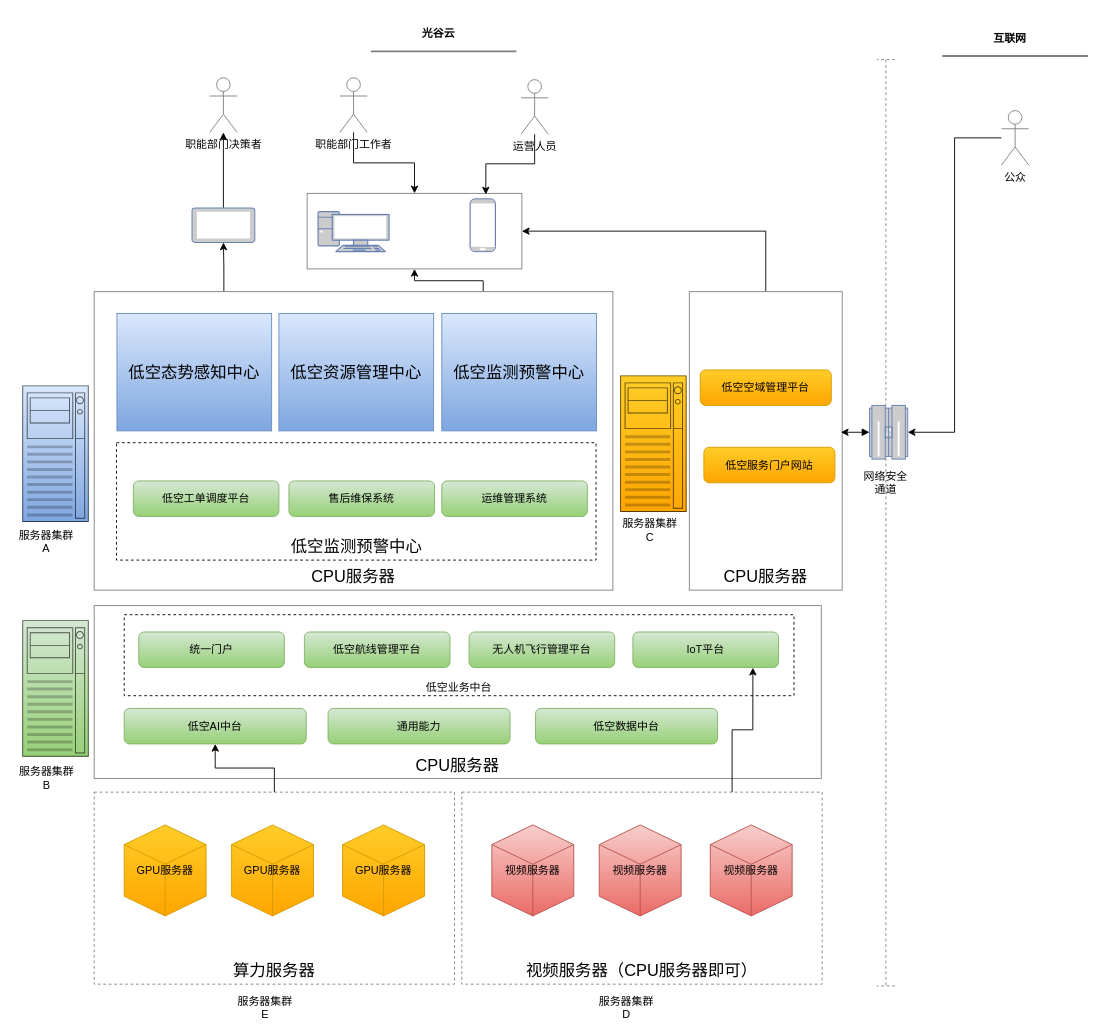
yangchenyu/micro-service keeps this draw.io diagram as page "部署架构图" (5 of 8) of donggao-20230703.drawio. Above is the earlier version. Source tidied: cells renumbered, new cells numbered last; positions are measured from the earlier drawing's top-left corner, leaving out a move shared by most shapes. Both pictures are drawn from the tidied source at 91%, with x=0, y=0 at pixel (15, 15).
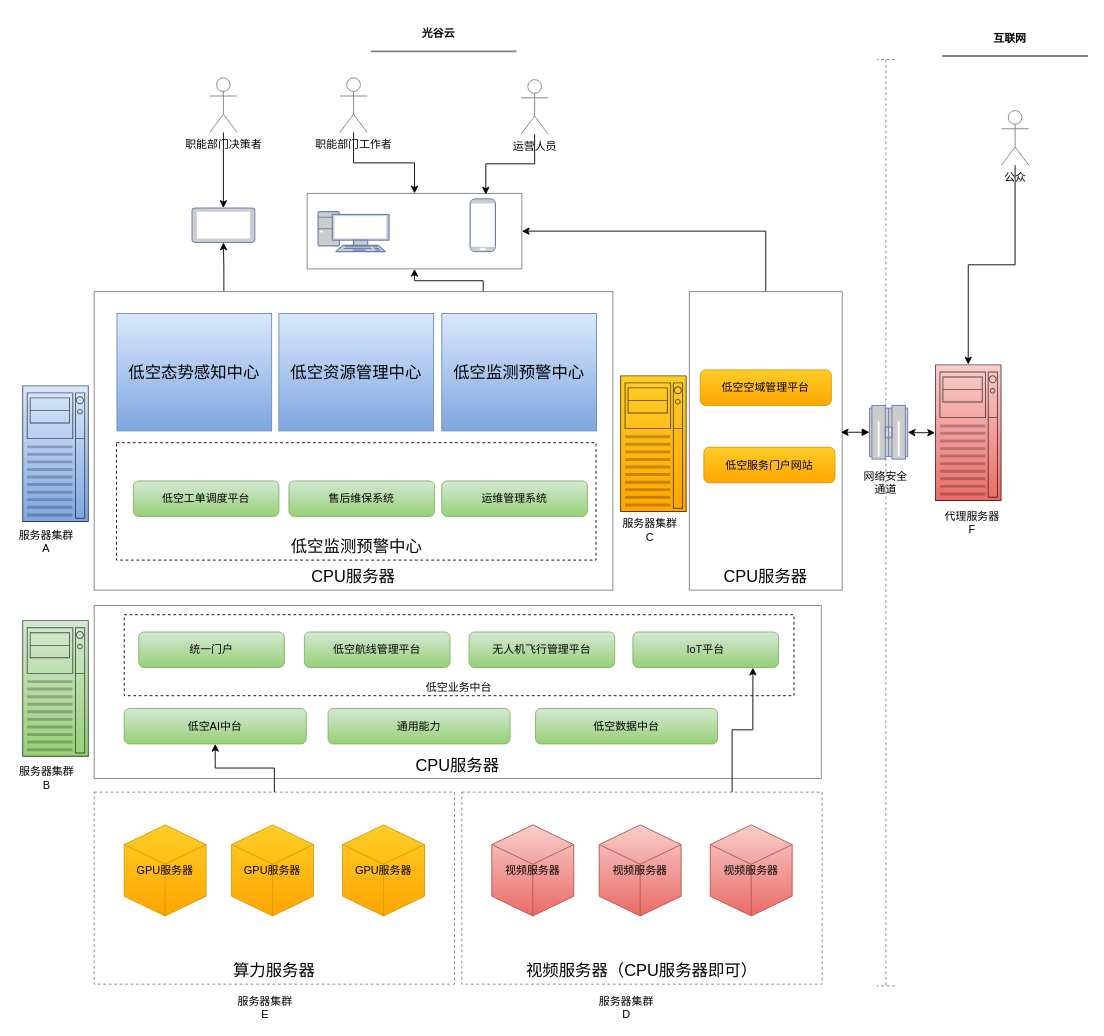
Above is the later version.

The change refers to these unchanged cells:
```xml
<mxCell id="53" value="职能部门决策者" style="shape=umlActor;verticalLabelPosition=bottom;verticalAlign=top;html=1;rounded=0;strokeColor=#808080;fontFamily=Helvetica;fontSize=12;fontColor=default;fillColor=default;" parent="1" vertex="1">
  <mxGeometry x="213" y="68" width="30" height="60" as="geometry" />
</mxCell>
<mxCell id="59" value="公众" style="shape=umlActor;verticalLabelPosition=bottom;verticalAlign=top;html=1;rounded=0;strokeColor=#808080;fontFamily=Helvetica;fontSize=12;fontColor=default;fillColor=default;" parent="1" vertex="1">
  <mxGeometry x="1083" y="104" width="30" height="60" as="geometry" />
</mxCell>
<mxCell id="61" style="fontColor=#0066CC;verticalAlign=top;verticalLabelPosition=bottom;labelPosition=center;align=center;html=1;outlineConnect=0;fillColor=#CCCCCC;strokeColor=#6881B3;gradientColor=none;gradientDirection=north;strokeWidth=2;shape=mxgraph.networks.mainframe;rounded=0;fontFamily=Helvetica;fontSize=12;" parent="1" vertex="1">
  <mxGeometry x="938" y="428" width="42" height="59" as="geometry" />
</mxCell>
<mxCell id="65" style="fontColor=#0066CC;verticalAlign=top;verticalLabelPosition=bottom;labelPosition=center;align=center;html=1;outlineConnect=0;fillColor=#CCCCCC;strokeColor=#6881B3;gradientColor=none;gradientDirection=north;strokeWidth=2;shape=mxgraph.networks.tablet;rounded=0;fontFamily=Helvetica;fontSize=12;" parent="1" vertex="1">
  <mxGeometry x="193.5" y="211" width="69" height="38" as="geometry" />
</mxCell>
```

What changed in the source:
```diff
@@
+    <mxCell id="67" style="edgeStyle=orthogonalEdgeStyle;rounded=0;jettySize=auto;html=1;entryX=0.5;entryY=0;entryDx=0;entryDy=0;entryPerimeter=0;" parent="1" edge="1" source="53" target="65">
+      <mxGeometry relative="1" as="geometry" />
+    </mxCell>
@@
-    <mxCell id="58" style="edgeStyle=orthogonalEdgeStyle;rounded=0;jettySize=auto;html=1;entryX=1;entryY=0.5;entryDx=0;entryDy=0;entryPerimeter=0;fontFamily=Helvetica;fontSize=12;fontColor=default;elbow=vertical;" parent="1" edge="1" source="59" target="61">
-      <mxGeometry relative="1" as="geometry" />
-    </mxCell>
+    <mxCell id="68" style="edgeStyle=orthogonalEdgeStyle;rounded=0;jettySize=auto;html=1;" parent="1" edge="1" source="59" target="70">
+      <mxGeometry relative="1" as="geometry" />
+    </mxCell>
@@
-    <mxCell id="64" style="edgeStyle=orthogonalEdgeStyle;rounded=0;jettySize=auto;html=1;exitX=0.5;exitY=0;exitDx=0;exitDy=0;exitPerimeter=0;fontFamily=Helvetica;fontSize=12;fontColor=default;" parent="1" edge="1" source="65" target="53">
-      <mxGeometry relative="1" as="geometry" />
-    </mxCell>
@@
+    <mxCell id="69" style="edgeStyle=orthogonalEdgeStyle;rounded=0;jettySize=auto;html=1;entryX=1;entryY=0.5;entryDx=0;entryDy=0;entryPerimeter=0;endArrow=classic;endFill=1;startArrow=classic;startFill=1;" parent="1" edge="1" source="70" target="61">
+      <mxGeometry relative="1" as="geometry" />
+    </mxCell>
+    <mxCell id="70" style="strokeColor=#b85450;html=1;verticalLabelPosition=bottom;labelBackgroundColor=#ffffff;verticalAlign=top;outlineConnect=0;shadow=0;dashed=0;shape=mxgraph.rack.general.server_2;rounded=0;fontFamily=Helvetica;fontSize=12;fillColor=#f8cecc;gradientColor=#ea6b66;" parent="1" vertex="1">
+      <mxGeometry x="1010" y="383" width="73" height="150" as="geometry" />
+    </mxCell>
+    <mxCell id="71" value="代理服务器&lt;br&gt;F" style="text;html=1;strokeColor=none;fillColor=none;align=center;verticalAlign=middle;whiteSpace=wrap;rounded=0;fontSize=12;fontFamily=Helvetica;fontColor=default;" parent="1" vertex="1">
+      <mxGeometry x="1018" y="542" width="66" height="30" as="geometry" />
+    </mxCell>
```
